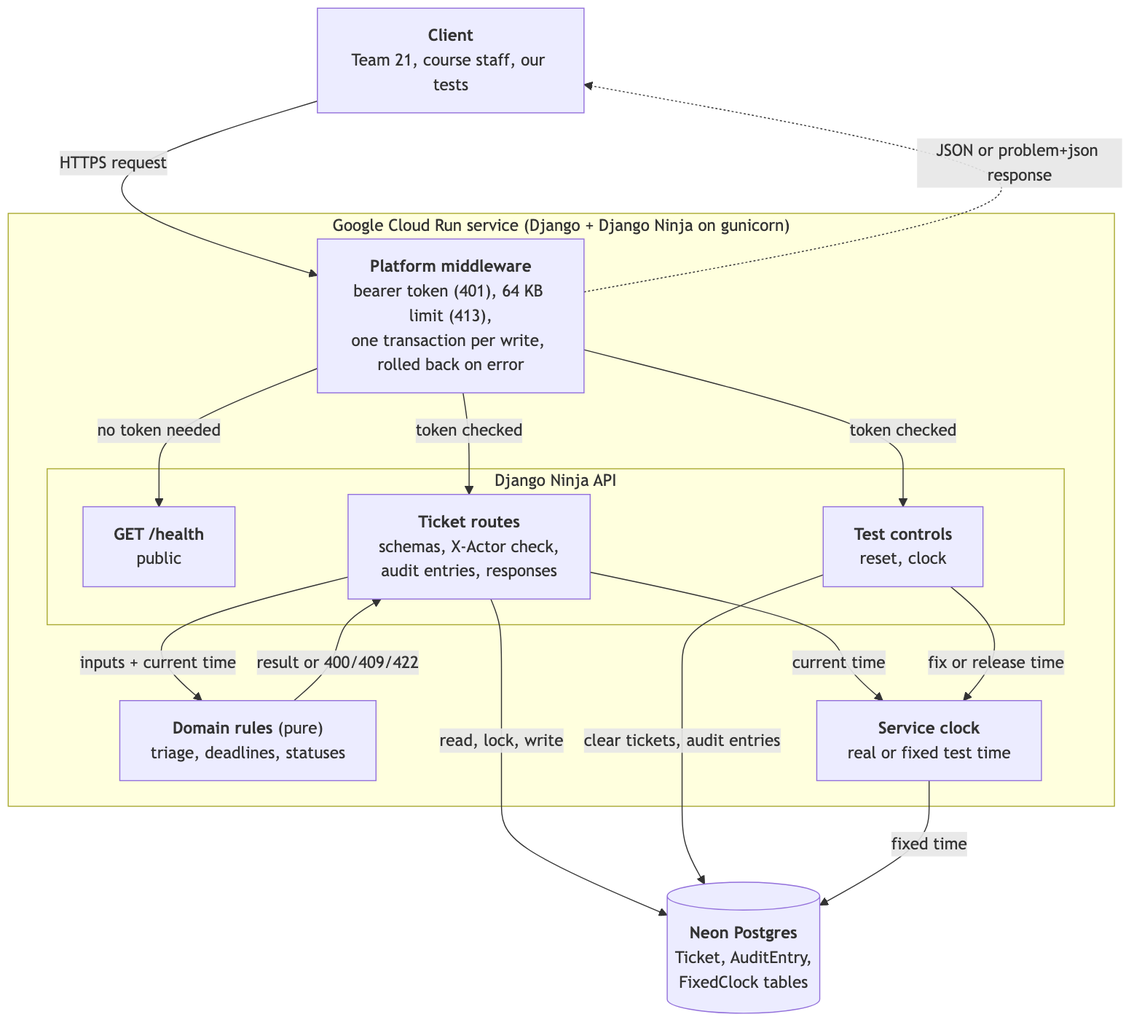
Earlier version of the Mermaid export docs/models/architecture.png (team17-ece30861/cra-service). Its source is kept beside it as docs/models/architecture.mmd.
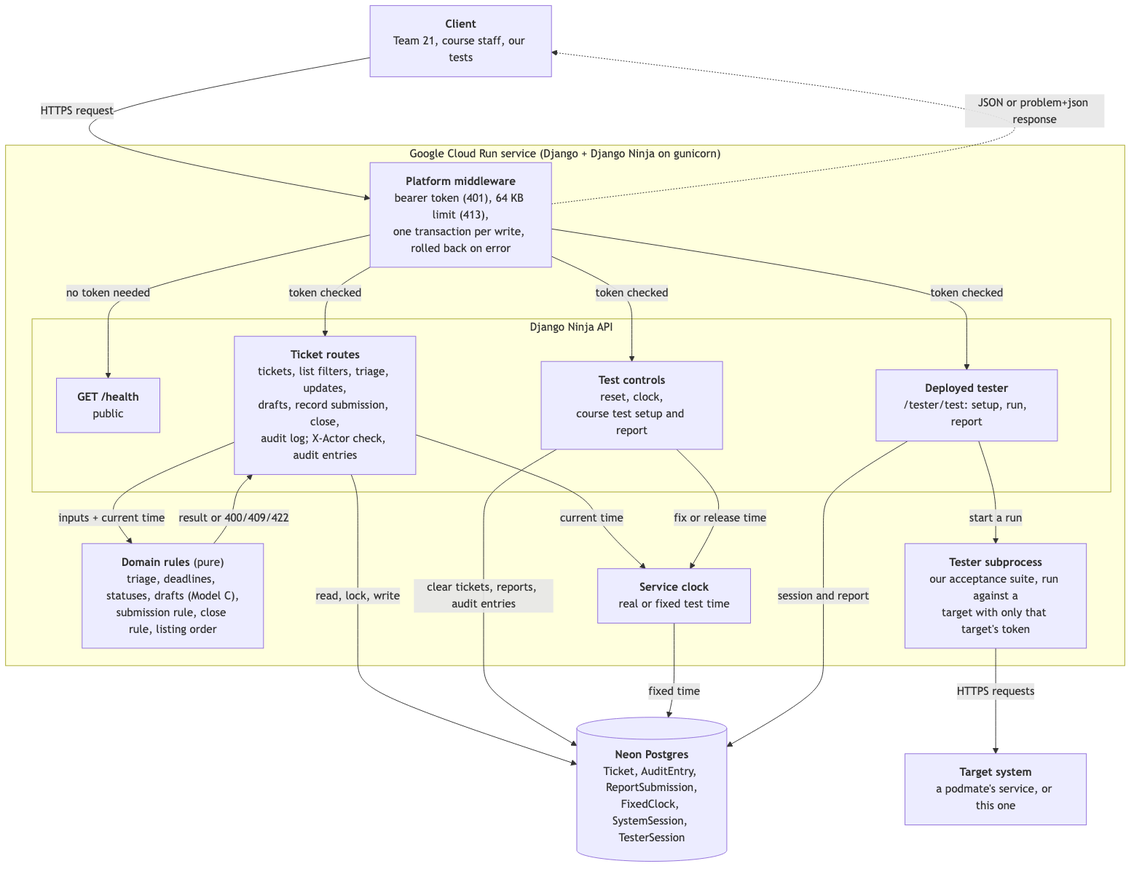
The same file after the commit.

Commit message:
Models as delivered in Phase 4 (A, B, architecture)

Change to the diagram source:
```diff
@@ -6,22 +6,29 @@
     subgraph api["Django Ninja API"]
       direction LR
       health["<b>GET /health</b><br/>public"]
-      tickets["<b>Ticket routes</b><br/>schemas, X-Actor check,<br/>audit entries, responses"]
-      controls["<b>Test controls</b><br/>reset, clock"]
+      tickets["<b>Ticket routes</b><br/>tickets, list filters, triage, updates,<br/>drafts, record submission, close,<br/>audit log; X-Actor check, audit entries"]
+      controls["<b>Test controls</b><br/>reset, clock,<br/>course test setup and report"]
+      testerapi["<b>Deployed tester</b><br/>/tester/test: setup, run, report"]
     end
-    domain["<b>Domain rules</b> (pure)<br/>triage, deadlines, statuses"]
+    domain["<b>Domain rules</b> (pure)<br/>triage, deadlines, statuses, drafts (Model C),<br/>submission rule, close rule, listing order"]
     clock["<b>Service clock</b><br/>real or fixed test time"]
+    runner["<b>Tester subprocess</b><br/>our acceptance suite, run against a<br/>target with only that target's token"]
   end
-  db[("<b>Neon Postgres</b><br/>Ticket, AuditEntry,<br/>FixedClock tables")]
+  db[("<b>Neon Postgres</b><br/>Ticket, AuditEntry, ReportSubmission,<br/>FixedClock, SystemSession, TesterSession")]
+  target["<b>Target system</b><br/>a podmate's service, or this one"]
   client -->|"HTTPS request"| mw
   mw -->|"no token needed"| health
   mw -->|"token checked"| tickets
   mw -->|"token checked"| controls
+  mw -->|"token checked"| testerapi
   tickets -->|"inputs + current time"| domain
   domain -->|"result or 400/409/422"| tickets
   tickets -->|"current time"| clock
   controls -->|"fix or release time"| clock
   tickets -->|"read, lock, write"| db
-  controls -->|"clear tickets, audit entries"| db
+  controls -->|"clear tickets, reports, audit entries"| db
   clock -->|"fixed time"| db
+  testerapi -->|"start a run"| runner
+  testerapi -->|"session and report"| db
+  runner -->|"HTTPS requests"| target
   mw -.->|"JSON or problem+json response"| client
```
